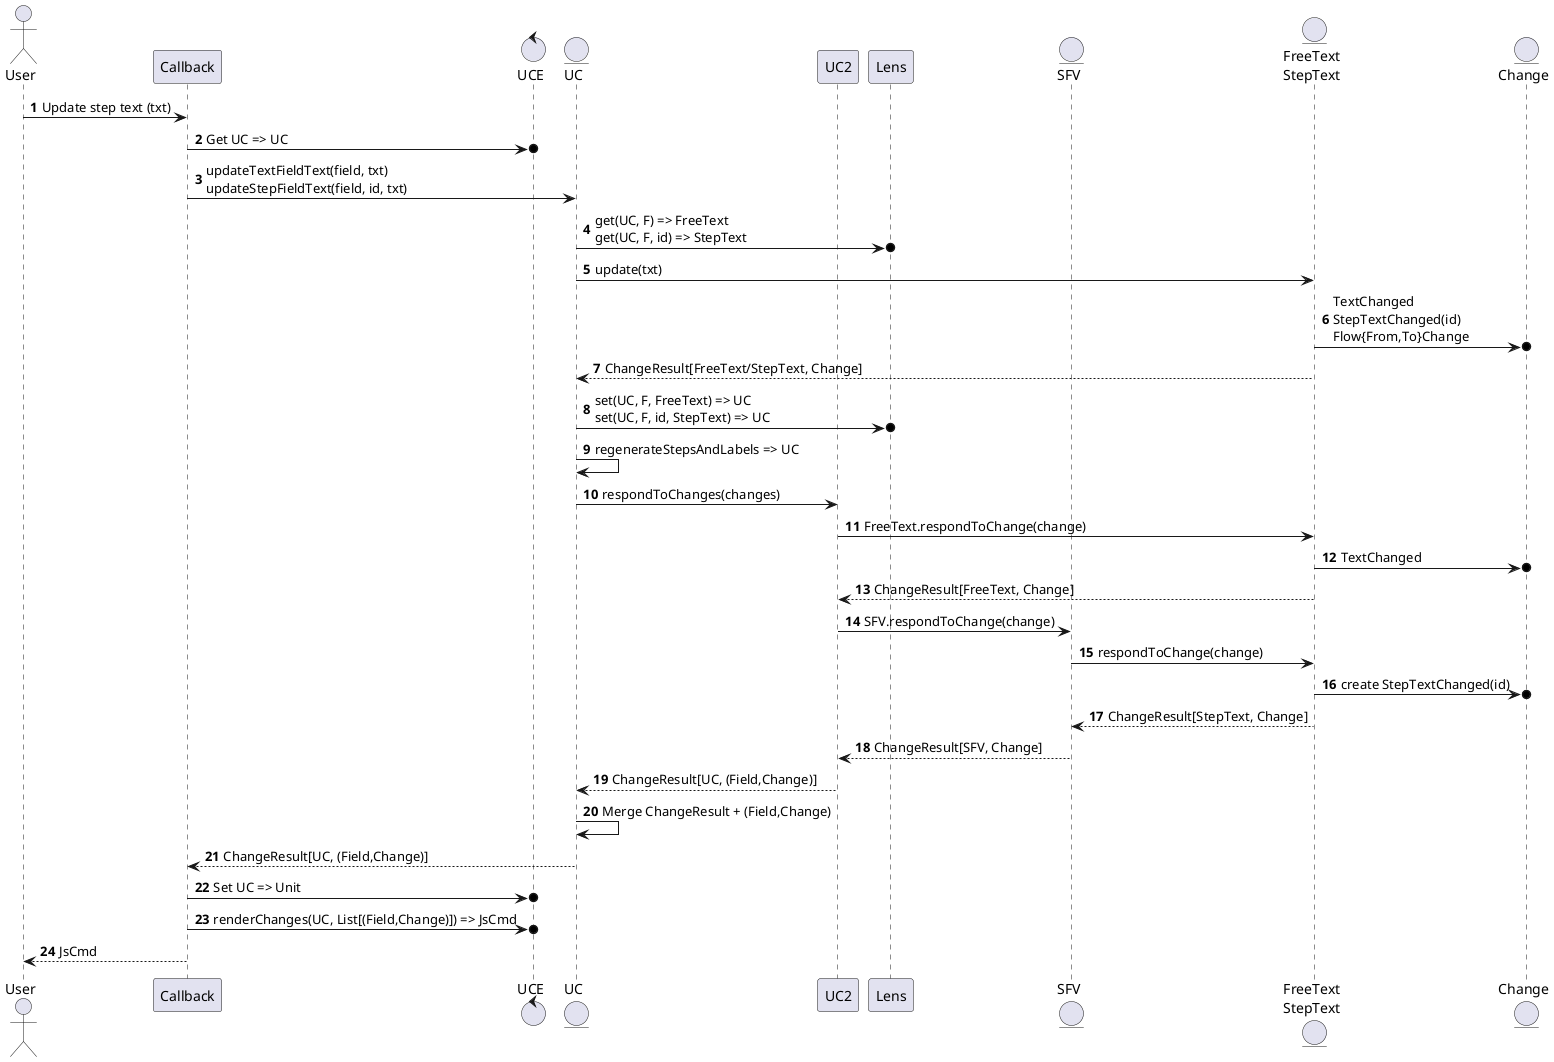
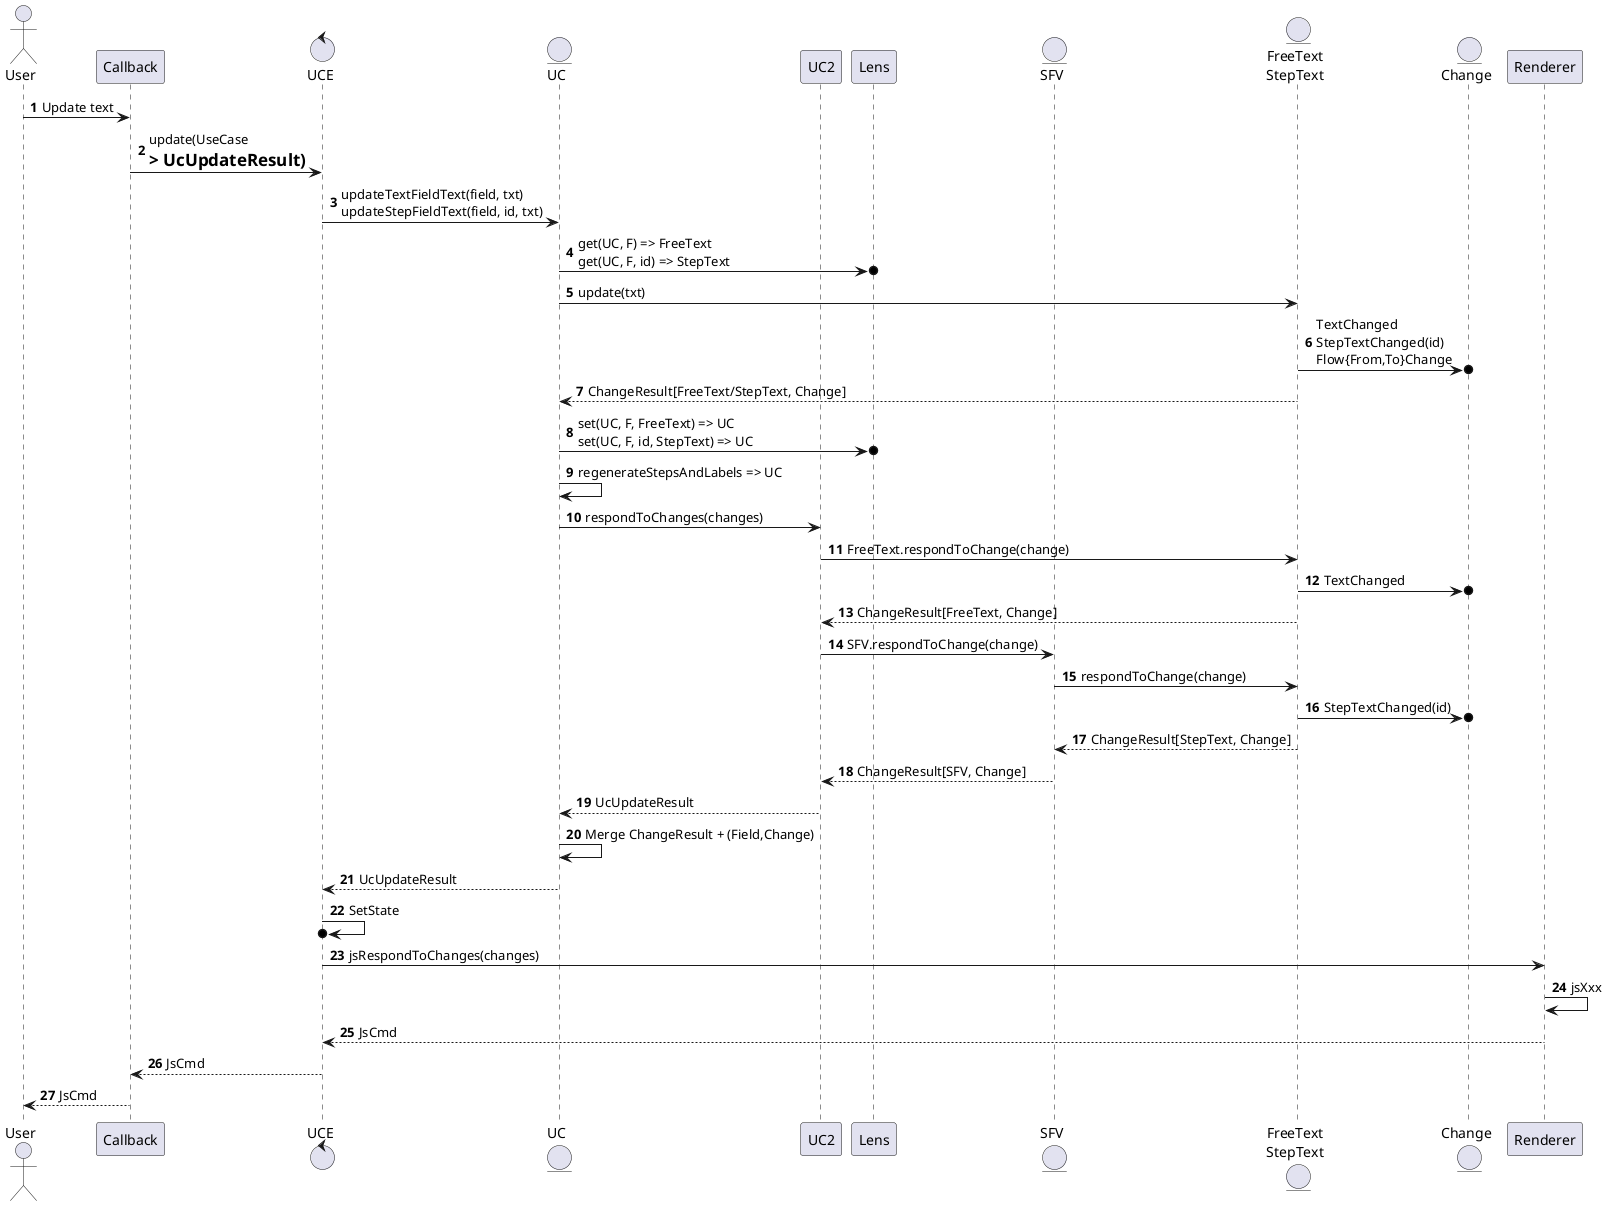
@startuml
autonumber

actor User
participant Callback
control UCE
entity UC
participant UC2
participant Lens
entity SFV
entity "FreeText\nStepText" as StepText
entity Change

- User -> Callback : Update step text (txt)
- Callback ->o UCE : Get UC => UC
- Callback -> UC : updateTextFieldText(field, txt)\nupdateStepFieldText(field, id, txt)
+ User -> Callback : Update text
+ Callback -> UCE : update(UseCase\n=> UcUpdateResult)
+ 
+ UCE -> UC : updateTextFieldText(field, txt)\nupdateStepFieldText(field, id, txt)
  UC ->o Lens : get(UC, F) => FreeText\nget(UC, F, id) => StepText
  UC -> StepText : update(txt)
    StepText ->o Change : TextChanged\nStepTextChanged(id)\nFlow{From,To}Change
  UC <-- StepText : ChangeResult[FreeText/StepText, Change]
  UC ->o Lens : set(UC, F, FreeText) => UC\nset(UC, F, id, StepText) => UC
  UC -> UC : regenerateStepsAndLabels => UC
  UC -> UC2 : respondToChanges(changes)

  UC2 -> StepText : FreeText.respondToChange(change)
  StepText ->o Change : TextChanged
  UC2 <-- StepText : ChangeResult[FreeText, Change]

  UC2 -> SFV : SFV.respondToChange(change)
  SFV -> StepText : respondToChange(change)
-   StepText ->o Change : create StepTextChanged(id)
+   StepText ->o Change : StepTextChanged(id)
  SFV <-- StepText : ChangeResult[StepText, Change]
  UC2 <-- SFV : ChangeResult[SFV, Change]

-   UC <-- UC2 : ChangeResult[UC, (Field,Change)]
+   UC <-- UC2 : UcUpdateResult
  UC -> UC : Merge ChangeResult + (Field,Change)
- Callback <-- UC : ChangeResult[UC, (Field,Change)]
- Callback ->o UCE : Set UC => Unit
- Callback ->o UCE : renderChanges(UC, List[(Field,Change)]) => JsCmd
+ UCE <-- UC : UcUpdateResult
+ 
+ UCE ->o UCE : SetState
+ UCE -> Renderer : jsRespondToChanges(changes)
+ Renderer -> Renderer : jsXxx
+ UCE <-- Renderer : JsCmd
+ 
+ Callback <-- UCE : JsCmd
User <-- Callback : JsCmd

@enduml
